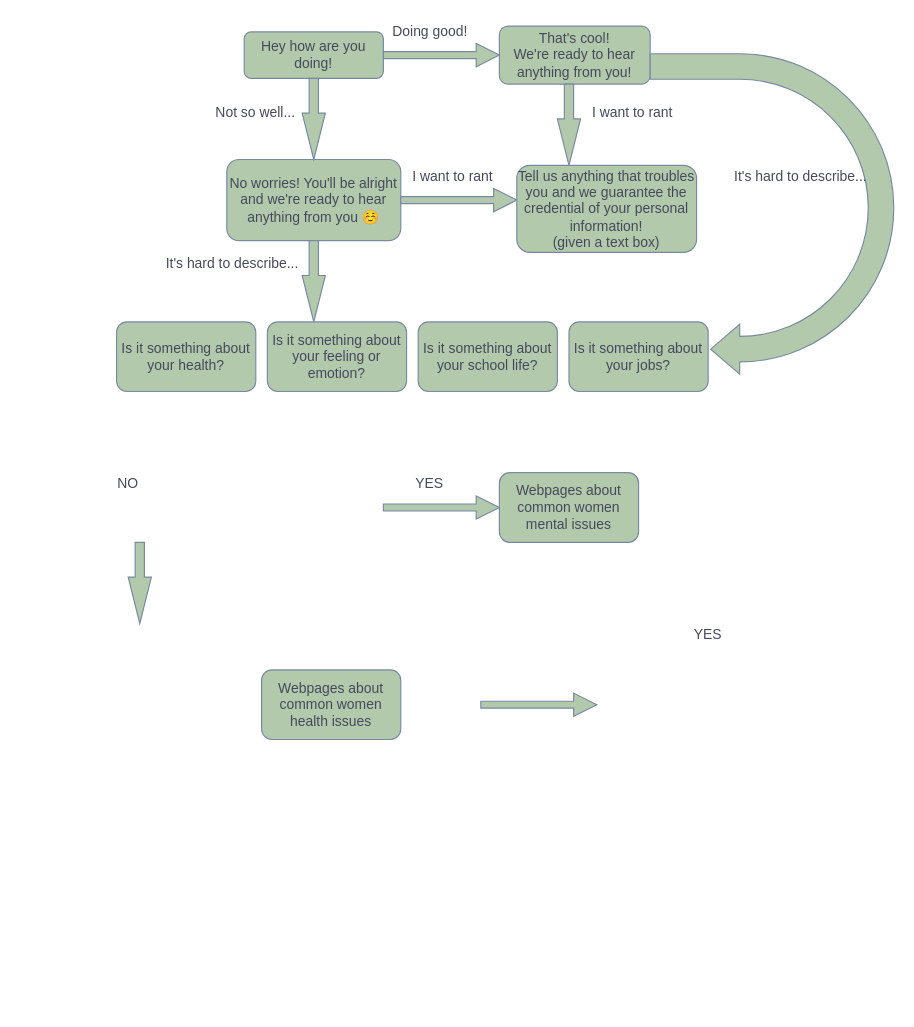
Earlier version of the draw.io diagram Questionary.drawio (effiegao/cmd-f-hackathon-questionary). Source tidied: cells renumbered, new cells numbered last; positions are measured from the earlier drawing's top-left corner, leaving out a move shared by most shapes. Both pictures are drawn from the tidied source at 116%, with x=0, y=0 at pixel (104, 20).
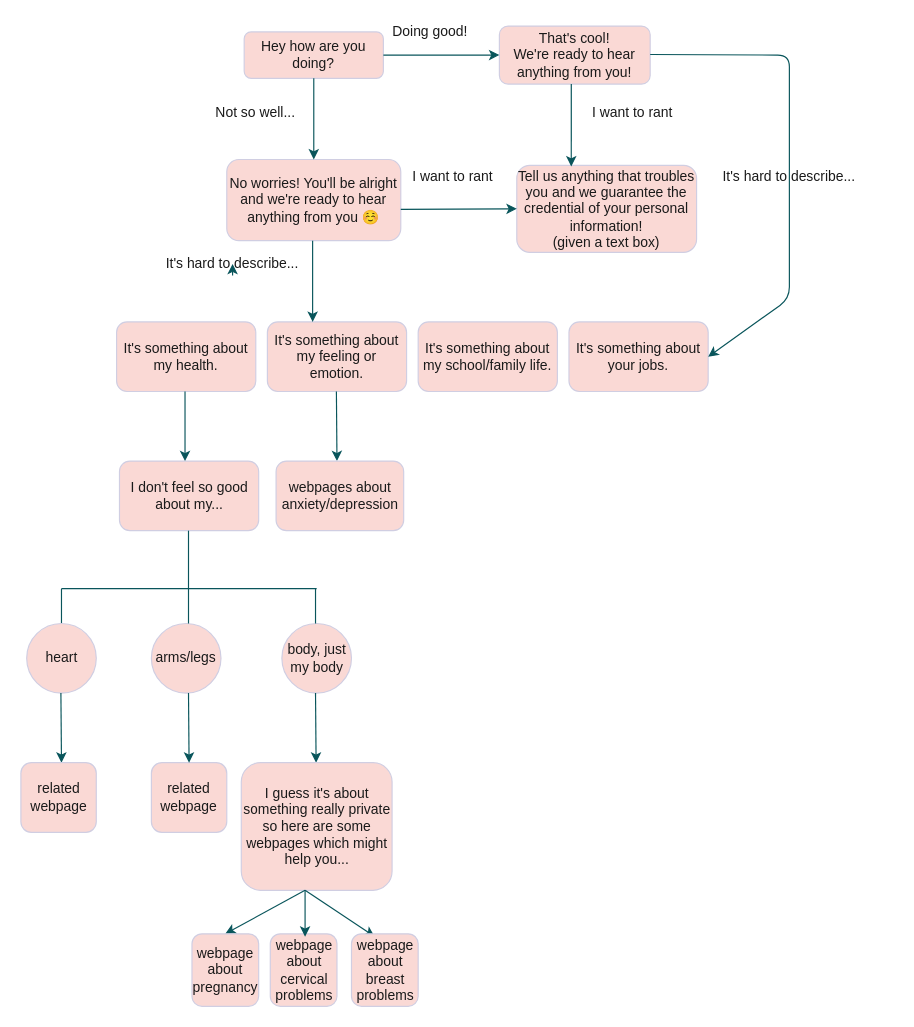
The same page after the edit.

Diff of the diagram source:
```diff
@@
-    <mxCell id="2" value="Hey how are you doing!" style="rounded=1;whiteSpace=wrap;html=1;fontSize=12;glass=0;strokeWidth=1;shadow=0;fillColor=#B2C9AB;strokeColor=#788AA3;fontColor=#46495D;" parent="1" vertex="1">
+    <mxCell id="2" value="Hey how are you doing?" style="rounded=1;whiteSpace=wrap;html=1;fontSize=12;glass=0;strokeWidth=1;shadow=0;fillColor=#FAD9D5;strokeColor=#D0CEE2;fontColor=#1A1A1A;" parent="1" vertex="1">
       <mxGeometry x="120" y="10" width="120" height="40" as="geometry" />
     </mxCell>
-    <mxCell id="3" value="That's cool!&lt;br&gt;We're ready to hear anything from you!" style="rounded=1;whiteSpace=wrap;html=1;fontSize=12;glass=0;strokeWidth=1;shadow=0;fillColor=#B2C9AB;strokeColor=#788AA3;fontColor=#46495D;" parent="1" vertex="1">
+    <mxCell id="3" value="That's cool!&lt;br&gt;We're ready to hear anything from you!" style="rounded=1;whiteSpace=wrap;html=1;fontSize=12;glass=0;strokeWidth=1;shadow=0;fillColor=#FAD9D5;strokeColor=#D0CEE2;fontColor=#1A1A1A;" parent="1" vertex="1">
       <mxGeometry x="340" y="5" width="130" height="50" as="geometry" />
     </mxCell>
-    <mxCell id="4" value="No worries! You'll be alright and we're ready to hear anything from you ☺️" style="rounded=1;whiteSpace=wrap;html=1;fontSize=12;glass=0;strokeWidth=1;shadow=0;fillColor=#B2C9AB;strokeColor=#788AA3;fontColor=#46495D;" parent="1" vertex="1">
+    <mxCell id="4" value="No worries! You'll be alright and we're ready to hear anything from you ☺️" style="rounded=1;whiteSpace=wrap;html=1;fontSize=12;glass=0;strokeWidth=1;shadow=0;fillColor=#FAD9D5;strokeColor=#D0CEE2;fontColor=#1A1A1A;" parent="1" vertex="1">
       <mxGeometry x="105" y="120" width="150" height="70" as="geometry" />
     </mxCell>
-    <mxCell id="5" style="shape=singleArrow;whiteSpace=wrap;html=1;rounded=0;sketch=0;strokeColor=#788AA3;fillColor=#B2C9AB;fontColor=#46495D;" parent="1" vertex="1">
-      <mxGeometry x="240" y="20" width="100" height="20" as="geometry" />
-    </mxCell>
-    <mxCell id="6" value="Doing good!" style="text;html=1;align=center;verticalAlign=middle;fontColor=#46495D;" parent="1" vertex="1">
+    <mxCell id="6" value="Doing good!" style="text;html=1;align=center;verticalAlign=middle;fontColor=#1A1A1A;" parent="1" vertex="1">
       <mxGeometry x="240" width="80" height="20" as="geometry" />
     </mxCell>
-    <mxCell id="7" style="html=1;shadow=0;dashed=0;align=center;verticalAlign=middle;shape=mxgraph.arrows2.arrow;dy=0.6;dx=40;direction=south;notch=0;rounded=0;sketch=0;strokeColor=#788AA3;fillColor=#B2C9AB;fontColor=#46495D;" parent="1" vertex="1">
-      <mxGeometry x="170" y="50" width="20" height="70" as="geometry" />
-    </mxCell>
-    <mxCell id="8" value="Not so well..." style="text;html=1;strokeColor=none;fillColor=none;align=center;verticalAlign=middle;whiteSpace=wrap;rounded=0;sketch=0;fontColor=#46495D;" parent="1" vertex="1">
+    <mxCell id="8" value="Not so well..." style="text;html=1;strokeColor=none;fillColor=none;align=center;verticalAlign=middle;whiteSpace=wrap;rounded=0;sketch=0;fontColor=#1A1A1A;" parent="1" vertex="1">
       <mxGeometry x="80" y="70" width="100" height="20" as="geometry" />
     </mxCell>
-    <mxCell id="9" style="html=1;shadow=0;dashed=0;align=center;verticalAlign=middle;shape=mxgraph.arrows2.arrow;dy=0.6;dx=40;direction=south;notch=0;rounded=0;sketch=0;strokeColor=#788AA3;fillColor=#B2C9AB;fontColor=#46495D;" parent="1" vertex="1">
-      <mxGeometry x="390" y="55" width="20" height="70" as="geometry" />
-    </mxCell>
-    <mxCell id="10" style="shape=singleArrow;whiteSpace=wrap;html=1;rounded=0;sketch=0;strokeColor=#788AA3;fillColor=#B2C9AB;fontColor=#46495D;" parent="1" vertex="1">
-      <mxGeometry x="255" y="145" width="100" height="20" as="geometry" />
-    </mxCell>
-    <mxCell id="11" value="Tell us anything that troubles you and we guarantee the credential of your personal information!&lt;br&gt;(given a text box)" style="rounded=1;whiteSpace=wrap;html=1;sketch=0;strokeColor=#788AA3;fillColor=#B2C9AB;fontColor=#46495D;" parent="1" vertex="1">
+    <mxCell id="11" value="Tell us anything that troubles you and we guarantee the credential of your personal information!&lt;br&gt;(given a text box)" style="rounded=1;whiteSpace=wrap;html=1;sketch=0;strokeColor=#D0CEE2;fillColor=#FAD9D5;fontColor=#1A1A1A;" parent="1" vertex="1">
       <mxGeometry x="355" y="125" width="155" height="75" as="geometry" />
     </mxCell>
-    <mxCell id="12" value="I want to rant" style="text;html=1;strokeColor=none;fillColor=none;align=center;verticalAlign=middle;whiteSpace=wrap;rounded=0;sketch=0;fontColor=#46495D;" parent="1" vertex="1">
+    <mxCell id="12" value="I want to rant" style="text;html=1;strokeColor=none;fillColor=none;align=center;verticalAlign=middle;whiteSpace=wrap;rounded=0;sketch=0;fontColor=#1A1A1A;" parent="1" vertex="1">
       <mxGeometry x="400" y="70" width="110" height="20" as="geometry" />
     </mxCell>
-    <mxCell id="13" value="I want to rant" style="text;html=1;strokeColor=none;fillColor=none;align=center;verticalAlign=middle;whiteSpace=wrap;rounded=0;sketch=0;fontColor=#46495D;" parent="1" vertex="1">
+    <mxCell id="13" value="I want to rant" style="text;html=1;strokeColor=none;fillColor=none;align=center;verticalAlign=middle;whiteSpace=wrap;rounded=0;sketch=0;fontColor=#1A1A1A;" parent="1" vertex="1">
       <mxGeometry x="245" y="125" width="110" height="20" as="geometry" />
     </mxCell>
-    <mxCell id="14" style="html=1;shadow=0;dashed=0;align=center;verticalAlign=middle;shape=mxgraph.arrows2.arrow;dy=0.6;dx=40;direction=south;notch=0;rounded=0;sketch=0;strokeColor=#788AA3;fillColor=#B2C9AB;fontColor=#46495D;" parent="1" vertex="1">
-      <mxGeometry x="170" y="190" width="20" height="70" as="geometry" />
-    </mxCell>
-    <mxCell id="15" value="It's hard to describe..." style="text;html=1;strokeColor=none;fillColor=none;align=center;verticalAlign=middle;whiteSpace=wrap;rounded=0;sketch=0;fontColor=#46495D;" parent="1" vertex="1">
+    <mxCell id="15" value="It's hard to describe..." style="text;html=1;strokeColor=none;fillColor=none;align=center;verticalAlign=middle;whiteSpace=wrap;rounded=0;sketch=0;fontColor=#1A1A1A;" parent="1" vertex="1">
       <mxGeometry x="50" y="200" width="120" height="20" as="geometry" />
     </mxCell>
-    <mxCell id="16" value="Is it something about your health?" style="rounded=1;whiteSpace=wrap;html=1;sketch=0;strokeColor=#788AA3;fillColor=#B2C9AB;fontColor=#46495D;" parent="1" vertex="1">
+    <mxCell id="16" value="It's something about my health." style="rounded=1;whiteSpace=wrap;html=1;sketch=0;strokeColor=#D0CEE2;fillColor=#FAD9D5;fontColor=#1A1A1A;" parent="1" vertex="1">
       <mxGeometry x="10" y="260" width="120" height="60" as="geometry" />
     </mxCell>
-    <mxCell id="17" style="html=1;shadow=0;dashed=0;align=center;verticalAlign=middle;shape=mxgraph.arrows2.arrow;dy=0.6;dx=40;direction=south;notch=0;rounded=0;sketch=0;strokeColor=#788AA3;fillColor=#B2C9AB;fontColor=#46495D;" parent="1" vertex="1">
-      <mxGeometry x="20" y="450" width="20" height="70" as="geometry" />
-    </mxCell>
-    <mxCell id="18" style="shape=singleArrow;whiteSpace=wrap;html=1;rounded=0;sketch=0;strokeColor=#788AA3;fillColor=#B2C9AB;fontColor=#46495D;" parent="1" vertex="1">
-      <mxGeometry x="324" y="580" width="100" height="20" as="geometry" />
-    </mxCell>
-    <mxCell id="19" value="YES" style="text;html=1;strokeColor=none;fillColor=none;align=center;verticalAlign=middle;whiteSpace=wrap;rounded=0;sketch=0;fontColor=#46495D;" parent="1" vertex="1">
-      <mxGeometry x="500" y="520" width="40" height="20" as="geometry" />
-    </mxCell>
-    <mxCell id="20" value="Webpages about common women health issues" style="rounded=1;whiteSpace=wrap;html=1;sketch=0;strokeColor=#788AA3;fillColor=#B2C9AB;fontColor=#46495D;" parent="1" vertex="1">
-      <mxGeometry x="135" y="560" width="120" height="60" as="geometry" />
-    </mxCell>
-    <mxCell id="21" value="NO" style="text;html=1;strokeColor=none;fillColor=none;align=center;verticalAlign=middle;whiteSpace=wrap;rounded=0;sketch=0;fontColor=#46495D;" parent="1" vertex="1">
-      <mxGeometry y="390" width="40" height="20" as="geometry" />
-    </mxCell>
-    <mxCell id="22" value="Is it something about your feeling or emotion?" style="rounded=1;whiteSpace=wrap;html=1;sketch=0;strokeColor=#788AA3;fillColor=#B2C9AB;fontColor=#46495D;" parent="1" vertex="1">
+    <mxCell id="22" value="It's something about my feeling or emotion." style="rounded=1;whiteSpace=wrap;html=1;sketch=0;strokeColor=#D0CEE2;fillColor=#FAD9D5;fontColor=#1A1A1A;" parent="1" vertex="1">
       <mxGeometry x="140" y="260" width="120" height="60" as="geometry" />
     </mxCell>
-    <mxCell id="23" style="shape=singleArrow;whiteSpace=wrap;html=1;rounded=0;sketch=0;strokeColor=#788AA3;fillColor=#B2C9AB;fontColor=#46495D;" parent="1" vertex="1">
-      <mxGeometry x="240" y="410" width="100" height="20" as="geometry" />
-    </mxCell>
-    <mxCell id="24" value="YES" style="text;html=1;strokeColor=none;fillColor=none;align=center;verticalAlign=middle;whiteSpace=wrap;rounded=0;sketch=0;fontColor=#46495D;" parent="1" vertex="1">
-      <mxGeometry x="260" y="390" width="40" height="20" as="geometry" />
-    </mxCell>
-    <mxCell id="25" value="Webpages about common women mental issues" style="rounded=1;whiteSpace=wrap;html=1;sketch=0;strokeColor=#788AA3;fillColor=#B2C9AB;fontColor=#46495D;" parent="1" vertex="1">
-      <mxGeometry x="340" y="390" width="120" height="60" as="geometry" />
-    </mxCell>
-    <mxCell id="26" value="Is it something about your school life?" style="rounded=1;whiteSpace=wrap;html=1;sketch=0;strokeColor=#788AA3;fillColor=#B2C9AB;fontColor=#46495D;" parent="1" vertex="1">
+    <mxCell id="26" value="It's something about my school/family life." style="rounded=1;whiteSpace=wrap;html=1;sketch=0;strokeColor=#D0CEE2;fillColor=#FAD9D5;fontColor=#1A1A1A;" parent="1" vertex="1">
       <mxGeometry x="270" y="260" width="120" height="60" as="geometry" />
     </mxCell>
-    <mxCell id="27" value="Is it something about your jobs?" style="rounded=1;whiteSpace=wrap;html=1;sketch=0;strokeColor=#788AA3;fillColor=#B2C9AB;fontColor=#46495D;" parent="1" vertex="1">
+    <mxCell id="27" value="It's something about your jobs." style="rounded=1;whiteSpace=wrap;html=1;sketch=0;strokeColor=#D0CEE2;fillColor=#FAD9D5;fontColor=#1A1A1A;" parent="1" vertex="1">
       <mxGeometry x="400" y="260" width="120" height="60" as="geometry" />
     </mxCell>
-    <mxCell id="28" style="html=1;shadow=0;dashed=0;align=center;verticalAlign=middle;shape=mxgraph.arrows2.uTurnArrow;dy=11;arrowHead=43;dx2=25;rounded=0;sketch=0;strokeColor=#788AA3;fillColor=#B2C9AB;fontColor=#46495D;rotation=-180;" parent="1" vertex="1">
-      <mxGeometry x="470" y="28.8" width="210" height="276.2" as="geometry" />
-    </mxCell>
-    <mxCell id="29" value="It's hard to describe..." style="text;html=1;strokeColor=none;fillColor=none;align=center;verticalAlign=middle;whiteSpace=wrap;rounded=0;sketch=0;fontColor=#46495D;" parent="1" vertex="1">
-      <mxGeometry x="540" y="125" width="120" height="20" as="geometry" />
+    <mxCell id="29" value="It's hard to describe..." style="text;html=1;strokeColor=none;fillColor=none;align=center;verticalAlign=middle;whiteSpace=wrap;rounded=0;sketch=0;fontColor=#1A1A1A;" parent="1" vertex="1">
+      <mxGeometry x="530" y="125" width="120" height="20" as="geometry" />
     </mxCell>
+    <mxCell id="30" value="I don't feel so good about my..." style="rounded=1;whiteSpace=wrap;html=1;sketch=0;strokeColor=#D0CEE2;fillColor=#FAD9D5;fontColor=#1A1A1A;" parent="1" vertex="1">
+      <mxGeometry x="12.5" y="380" width="120" height="60" as="geometry" />
+    </mxCell>
+    <mxCell id="31" style="endArrow=none;html=1;strokeColor=#09555B;fontColor=#1A1A1A;" parent="1" edge="1">
+      <mxGeometry relative="1" as="geometry">
+        <mxPoint x="72" y="490" as="sourcePoint" />
+        <mxPoint x="72" y="440" as="targetPoint" />
+      </mxGeometry>
+    </mxCell>
+    <mxCell id="32" style="endArrow=none;html=1;strokeColor=#09555B;fontColor=#1A1A1A;" parent="1" edge="1">
+      <mxGeometry relative="1" as="geometry">
+        <mxPoint x="-37.5" y="490" as="sourcePoint" />
+        <mxPoint x="182.5" y="490" as="targetPoint" />
+      </mxGeometry>
+    </mxCell>
+    <mxCell id="33" style="endArrow=none;html=1;strokeColor=#09555B;fontColor=#1A1A1A;" parent="1" edge="1">
+      <mxGeometry relative="1" as="geometry">
+        <mxPoint x="-37.5" y="520" as="sourcePoint" />
+        <mxPoint x="-37.5" y="490" as="targetPoint" />
+      </mxGeometry>
+    </mxCell>
+    <mxCell id="34" value="heart" style="ellipse;whiteSpace=wrap;html=1;rounded=0;sketch=0;strokeColor=#D0CEE2;fillColor=#FAD9D5;fontColor=#1A1A1A;" parent="1" vertex="1">
+      <mxGeometry x="-67.5" y="520" width="60" height="60" as="geometry" />
+    </mxCell>
+    <mxCell id="35" value="arms/legs" style="ellipse;whiteSpace=wrap;html=1;rounded=0;sketch=0;strokeColor=#D0CEE2;fillColor=#FAD9D5;fontColor=#1A1A1A;" parent="1" vertex="1">
+      <mxGeometry x="40" y="520" width="60" height="60" as="geometry" />
+    </mxCell>
+    <mxCell id="36" style="endArrow=none;html=1;strokeColor=#09555B;fontColor=#1A1A1A;" parent="1" edge="1">
+      <mxGeometry relative="1" as="geometry">
+        <mxPoint x="72" y="520" as="sourcePoint" />
+        <mxPoint x="72" y="490" as="targetPoint" />
+      </mxGeometry>
+    </mxCell>
+    <mxCell id="37" value="body, just my body" style="ellipse;whiteSpace=wrap;html=1;rounded=0;sketch=0;strokeColor=#D0CEE2;fillColor=#FAD9D5;fontColor=#1A1A1A;" parent="1" vertex="1">
+      <mxGeometry x="152.5" y="520" width="60" height="60" as="geometry" />
+    </mxCell>
+    <mxCell id="38" style="endArrow=none;html=1;strokeColor=#09555B;fontColor=#1A1A1A;" parent="1" edge="1">
+      <mxGeometry relative="1" as="geometry">
+        <mxPoint x="181.5" y="520" as="sourcePoint" />
+        <mxPoint x="181.5" y="490" as="targetPoint" />
+      </mxGeometry>
+    </mxCell>
+    <mxCell id="39" style="endArrow=classic;html=1;strokeColor=#09555B;fontColor=#1A1A1A;entryX=0.5;entryY=0;entryDx=0;entryDy=0;exitX=0.5;exitY=1;exitDx=0;exitDy=0;" parent="1" edge="1" source="2" target="4">
+      <mxGeometry relative="1" as="geometry" />
+    </mxCell>
+    <mxCell id="40" style="endArrow=classic;html=1;strokeColor=#09555B;fontColor=#1A1A1A;" parent="1" edge="1">
+      <mxGeometry relative="1" as="geometry">
+        <mxPoint x="240" y="30" as="sourcePoint" />
+        <mxPoint x="340" y="30" as="targetPoint" />
+      </mxGeometry>
+    </mxCell>
+    <mxCell id="41" style="endArrow=classic;html=1;strokeColor=#09555B;fontColor=#1A1A1A;entryX=1;entryY=0.5;entryDx=0;entryDy=0;" parent="1" edge="1" target="27">
+      <mxGeometry relative="1" as="geometry">
+        <mxPoint x="470" y="29.5" as="sourcePoint" />
+        <Array as="points">
+          <mxPoint x="590" y="30" />
+          <mxPoint x="590" y="240" />
+        </Array>
+      </mxGeometry>
+    </mxCell>
+    <mxCell id="42" style="endArrow=classic;html=1;strokeColor=#09555B;fontColor=#1A1A1A;entryX=0;entryY=0.5;entryDx=0;entryDy=0;" parent="1" edge="1" target="11">
+      <mxGeometry relative="1" as="geometry">
+        <mxPoint x="255" y="163" as="sourcePoint" />
+      </mxGeometry>
+    </mxCell>
+    <mxCell id="43" style="endArrow=classic;html=1;strokeColor=#09555B;fontColor=#1A1A1A;" parent="1" edge="1">
+      <mxGeometry relative="1" as="geometry">
+        <mxPoint x="179" y="190" as="sourcePoint" />
+        <mxPoint x="179" y="260" as="targetPoint" />
+      </mxGeometry>
+    </mxCell>
+    <mxCell id="44" style="endArrow=classic;html=1;strokeColor=#09555B;fontColor=#1A1A1A;" parent="1" edge="1">
+      <mxGeometry relative="1" as="geometry">
+        <mxPoint x="69" y="320" as="sourcePoint" />
+        <mxPoint x="69" y="380" as="targetPoint" />
+      </mxGeometry>
+    </mxCell>
+    <mxCell id="45" style="endArrow=classic;html=1;strokeColor=#09555B;fontColor=#1A1A1A;" parent="1" edge="1">
+      <mxGeometry relative="1" as="geometry">
+        <mxPoint x="-38" y="580" as="sourcePoint" />
+        <mxPoint x="-37.5" y="640" as="targetPoint" />
+      </mxGeometry>
+    </mxCell>
+    <mxCell id="46" value="related webpage" style="rounded=1;whiteSpace=wrap;html=1;sketch=0;strokeColor=#D0CEE2;fillColor=#FAD9D5;fontColor=#1A1A1A;" parent="1" vertex="1">
+      <mxGeometry x="-72.5" y="640" width="65" height="60" as="geometry" />
+    </mxCell>
+    <mxCell id="47" value="related webpage" style="rounded=1;whiteSpace=wrap;html=1;sketch=0;strokeColor=#D0CEE2;fillColor=#FAD9D5;fontColor=#1A1A1A;" parent="1" vertex="1">
+      <mxGeometry x="40" y="640" width="65" height="60" as="geometry" />
+    </mxCell>
+    <mxCell id="48" style="endArrow=classic;html=1;strokeColor=#09555B;fontColor=#1A1A1A;" parent="1" edge="1">
+      <mxGeometry relative="1" as="geometry">
+        <mxPoint x="72" y="580" as="sourcePoint" />
+        <mxPoint x="72.5" y="640" as="targetPoint" />
+      </mxGeometry>
+    </mxCell>
+    <mxCell id="49" style="endArrow=classic;html=1;strokeColor=#09555B;fontColor=#1A1A1A;" parent="1" edge="1">
+      <mxGeometry relative="1" as="geometry">
+        <mxPoint x="181.5" y="580" as="sourcePoint" />
+        <mxPoint x="182" y="640" as="targetPoint" />
+      </mxGeometry>
+    </mxCell>
+    <mxCell id="50" value="I guess it's about something really private so here are some webpages which might help you..." style="rounded=1;whiteSpace=wrap;html=1;sketch=0;strokeColor=#D0CEE2;fillColor=#FAD9D5;fontColor=#1A1A1A;" parent="1" vertex="1">
+      <mxGeometry x="117.5" y="640" width="130" height="110" as="geometry" />
+    </mxCell>
+    <mxCell id="51" style="endArrow=classic;html=1;strokeColor=#09555B;fontColor=#1A1A1A;entryX=0;entryY=0.5;entryDx=0;entryDy=0;" parent="1" edge="1" target="52">
+      <mxGeometry relative="1" as="geometry">
+        <mxPoint x="172.5" y="750" as="sourcePoint" />
+      </mxGeometry>
+    </mxCell>
+    <mxCell id="52" value="webpage about pregnancy" style="rounded=1;whiteSpace=wrap;html=1;sketch=0;strokeColor=#D0CEE2;fillColor=#FAD9D5;fontColor=#1A1A1A;direction=south;" parent="1" vertex="1">
+      <mxGeometry x="75" y="787.5" width="57.5" height="62.5" as="geometry" />
+    </mxCell>
+    <mxCell id="53" value="webpage about cervical problems" style="rounded=1;whiteSpace=wrap;html=1;sketch=0;strokeColor=#D0CEE2;fillColor=#FAD9D5;fontColor=#1A1A1A;direction=south;" parent="1" vertex="1">
+      <mxGeometry x="142.5" y="787.5" width="57.5" height="62.5" as="geometry" />
+    </mxCell>
+    <mxCell id="54" style="endArrow=classic;html=1;strokeColor=#09555B;fontColor=#1A1A1A;" parent="1" edge="1">
+      <mxGeometry relative="1" as="geometry">
+        <mxPoint x="172.5" y="750" as="sourcePoint" />
+        <mxPoint x="172.5" y="790" as="targetPoint" />
+      </mxGeometry>
+    </mxCell>
+    <mxCell id="55" style="endArrow=classic;html=1;strokeColor=#09555B;fontColor=#1A1A1A;" parent="1" edge="1">
+      <mxGeometry relative="1" as="geometry">
+        <mxPoint x="172.5" y="750" as="sourcePoint" />
+        <mxPoint x="232.5" y="790" as="targetPoint" />
+      </mxGeometry>
+    </mxCell>
+    <mxCell id="56" value="webpage about breast problems" style="rounded=1;whiteSpace=wrap;html=1;sketch=0;strokeColor=#D0CEE2;fillColor=#FAD9D5;fontColor=#1A1A1A;direction=south;" parent="1" vertex="1">
+      <mxGeometry x="212.5" y="787.5" width="57.5" height="62.5" as="geometry" />
+    </mxCell>
+    <mxCell id="57" style="endArrow=classic;html=1;strokeColor=#09555B;fontColor=#1A1A1A;entryX=0.303;entryY=0.013;entryDx=0;entryDy=0;entryPerimeter=0;" parent="1" edge="1" target="11">
+      <mxGeometry relative="1" as="geometry">
+        <mxPoint x="402" y="55" as="sourcePoint" />
+      </mxGeometry>
+    </mxCell>
+    <mxCell id="58" style="endArrow=classic;html=1;strokeColor=#09555B;fontColor=#1A1A1A;" parent="1" edge="1">
+      <mxGeometry relative="1" as="geometry">
+        <mxPoint x="199.5" y="320" as="sourcePoint" />
+        <mxPoint x="200" y="380" as="targetPoint" />
+      </mxGeometry>
+    </mxCell>
+    <mxCell id="59" value="webpages about anxiety/depression" style="rounded=1;whiteSpace=wrap;html=1;sketch=0;strokeColor=#D0CEE2;fillColor=#FAD9D5;fontColor=#1A1A1A;" parent="1" vertex="1">
+      <mxGeometry x="147.5" y="380" width="110" height="60" as="geometry" />
+    </mxCell>
+    <mxCell id="60" style="edgeStyle=orthogonalEdgeStyle;curved=0;rounded=1;sketch=0;orthogonalLoop=1;jettySize=auto;html=1;exitX=0.5;exitY=1;exitDx=0;exitDy=0;entryX=0.5;entryY=0.5;entryDx=0;entryDy=0;entryPerimeter=0;strokeColor=#09555B;fontColor=#1A1A1A;" parent="1" edge="1" source="15" target="15">
+      <mxGeometry relative="1" as="geometry" />
+    </mxCell>
```
